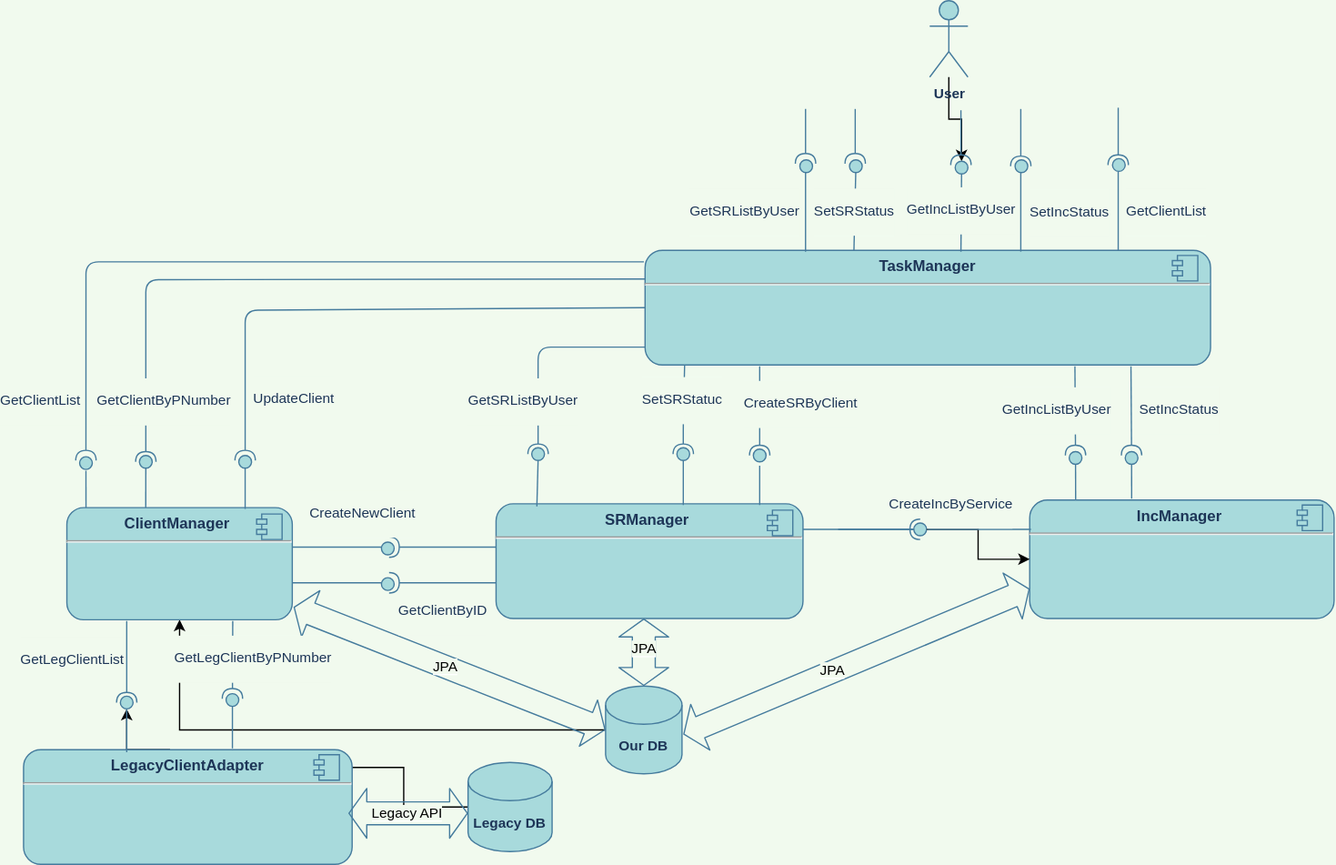
The draw.io diagram components.svg in theotheo46/gb, before a commit. Source tidied: cells renumbered, new cells last; positions are measured from the earlier drawing's top-left corner, leaving out a move shared by most shapes.
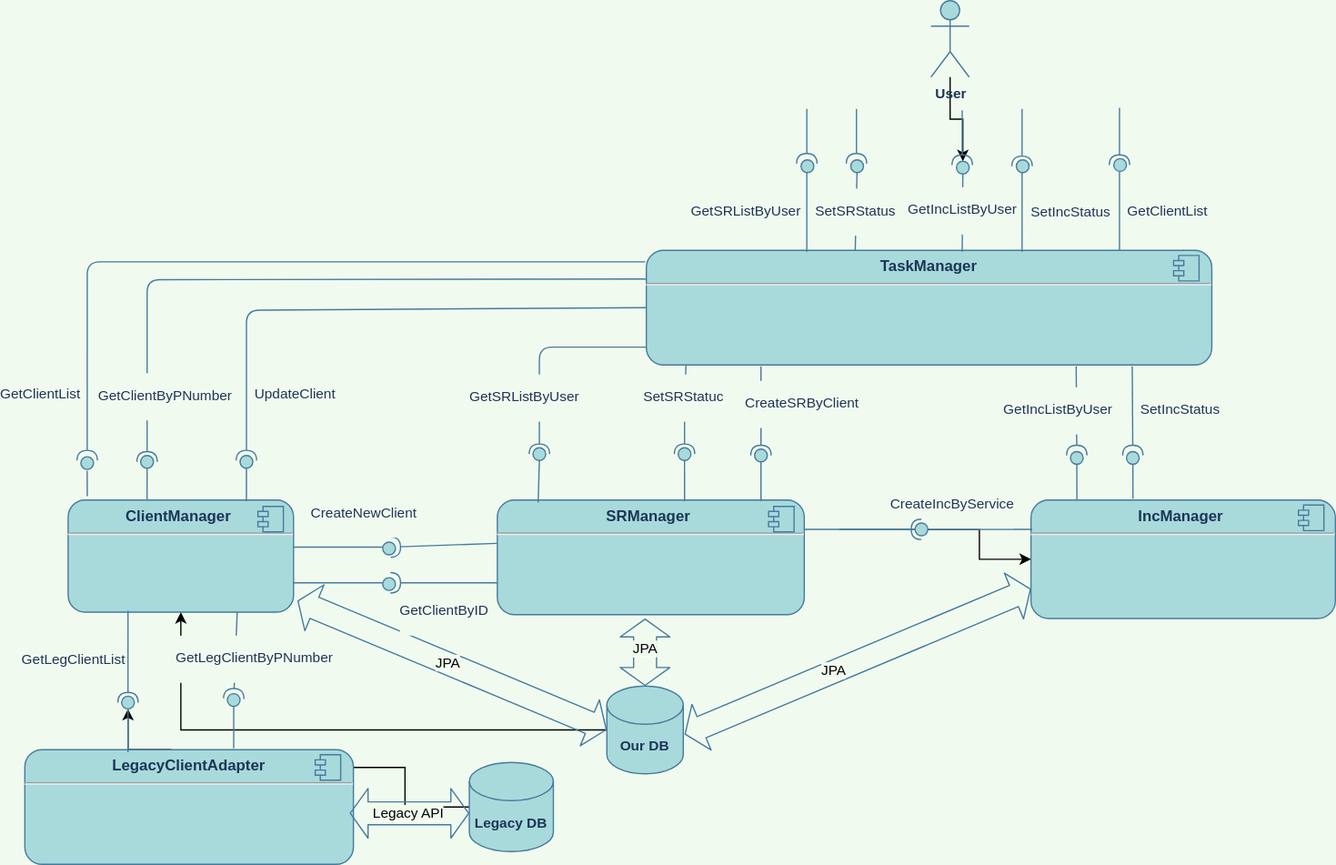
The same diagram one commit later.

Commit message:
domain model is fixed

What changed in the source:
```diff
@@ -37,9 +37,8 @@
         </Array>
       </mxGeometry>
     </mxCell>
-    <mxCell id="7" style="orthogonalLoop=1;jettySize=auto;html=1;endArrow=halfCircle;endFill=0;endSize=6;strokeWidth=1;strokeColor=#457B9D;fontColor=#1D3557;labelBackgroundColor=#F1FAEE;exitX=0.25;exitY=1;exitDx=0;exitDy=0;" parent="1" edge="1">
+    <mxCell id="7" style="jettySize=auto;html=1;endArrow=halfCircle;endFill=0;endSize=6;strokeWidth=1;strokeColor=#457B9D;fontColor=#1D3557;labelBackgroundColor=#F1FAEE;exitX=0.75;exitY=1;exitDx=0;exitDy=0;" parent="1" edge="1" source="65">
       <mxGeometry relative="1" as="geometry">
-        <mxPoint x="164.2" y="487" as="sourcePoint" />
         <mxPoint x="164" y="548" as="targetPoint" />
       </mxGeometry>
     </mxCell>
@@ -62,7 +61,7 @@
       </mxGeometry>
     </mxCell>
     <mxCell id="11" value="&lt;p style=&quot;margin: 0px ; margin-top: 6px ; text-align: center&quot;&gt;&lt;b&gt;SRManager&amp;nbsp;&lt;/b&gt;&lt;/p&gt;&lt;hr&gt;&lt;p style=&quot;margin: 0px ; margin-left: 8px&quot;&gt;&lt;br&gt;&lt;/p&gt;" style="align=left;overflow=fill;html=1;fillColor=#A8DADC;strokeColor=#457B9D;fontColor=#1D3557;rounded=1;" parent="1" vertex="1">
-      <mxGeometry x="371" y="395" width="241" height="90" as="geometry" />
+      <mxGeometry x="371" y="392" width="241" height="90" as="geometry" />
     </mxCell>
     <mxCell id="12" style="shape=component;jettyWidth=8;jettyHeight=4;fillColor=#A8DADC;strokeColor=#457B9D;fontColor=#1D3557;rounded=1;" parent="11" vertex="1">
       <mxGeometry x="1" width="20" height="20" relative="1" as="geometry">
@@ -135,10 +134,8 @@
     <mxCell id="28" value="&lt;b&gt;Our DB&lt;/b&gt;" style="shape=cylinder3;whiteSpace=wrap;html=1;boundedLbl=1;backgroundOutline=1;size=15;fontFamily=Helvetica;fontSize=11;fillColor=#A8DADC;strokeColor=#457B9D;fontColor=#1D3557;rounded=1;" parent="1" vertex="1">
       <mxGeometry x="457" y="538" width="60" height="69" as="geometry" />
     </mxCell>
-    <mxCell id="29" style="shape=flexArrow;endArrow=classic;startArrow=classic;html=1;fontFamily=Helvetica;fontSize=11;exitX=0;exitY=0.5;exitDx=0;exitDy=0;exitPerimeter=0;width=18;startSize=4.33;endSize=4.33;strokeColor=#457B9D;fontColor=#1D3557;labelBackgroundColor=#F1FAEE;" parent="1" edge="1" source="28">
-      <mxGeometry relative="1" as="geometry">
-        <mxPoint x="212" y="476" as="targetPoint" />
-      </mxGeometry>
+    <mxCell id="29" style="shape=flexArrow;endArrow=classic;startArrow=classic;html=1;fontFamily=Helvetica;fontSize=11;exitX=0;exitY=0.5;exitDx=0;exitDy=0;exitPerimeter=0;width=18;startSize=4.33;endSize=4.33;strokeColor=#457B9D;fontColor=#1D3557;labelBackgroundColor=#F1FAEE;entryX=1.017;entryY=0.898;entryDx=0;entryDy=0;entryPerimeter=0;" parent="1" edge="1" source="28" target="65">
+      <mxGeometry relative="1" as="geometry" />
     </mxCell>
     <mxCell id="30" value="&lt;font color=&quot;#000000&quot; style=&quot;background-color: rgb(241 , 250 , 238)&quot;&gt;JPA&lt;/font&gt;" style="edgeLabel;html=1;align=center;verticalAlign=middle;labelBackgroundColor=#FFFFFF;fontColor=#0000CC;" parent="29" vertex="1">
       <mxGeometry x="0.21" y="1" relative="1" as="geometry">
@@ -291,7 +288,7 @@
       </mxGeometry>
     </mxCell>
     <mxCell id="65" value="&lt;p style=&quot;margin: 0px ; margin-top: 6px ; text-align: center&quot;&gt;&lt;b&gt;ClientManager&amp;nbsp;&lt;/b&gt;&lt;/p&gt;&lt;hr&gt;&lt;p style=&quot;margin: 0px ; margin-left: 8px&quot;&gt;&lt;br&gt;&lt;/p&gt;" style="align=left;overflow=fill;html=1;fillColor=#A8DADC;strokeColor=#457B9D;fontColor=#1D3557;rounded=1;" parent="1" vertex="1">
-      <mxGeometry x="34" y="398" width="177" height="88" as="geometry" />
+      <mxGeometry x="34" y="392" width="177" height="88" as="geometry" />
     </mxCell>
     <mxCell id="66" style="shape=component;jettyWidth=8;jettyHeight=4;fillColor=#A8DADC;strokeColor=#457B9D;fontColor=#1D3557;rounded=1;" parent="65" vertex="1">
       <mxGeometry x="1" width="20" height="20" relative="1" as="geometry">
@@ -311,7 +308,7 @@
     </mxCell>
     <mxCell id="69" style="orthogonalLoop=1;jettySize=auto;html=1;endArrow=halfCircle;endFill=0;endSize=6;strokeWidth=1;strokeColor=#457B9D;fontColor=#1D3557;labelBackgroundColor=#F1FAEE;" parent="1" edge="1">
       <mxGeometry relative="1" as="geometry">
-        <mxPoint x="81" y="487" as="sourcePoint" />
+        <mxPoint x="81" y="479" as="sourcePoint" />
         <mxPoint x="81" y="551" as="targetPoint" />
       </mxGeometry>
     </mxCell>
@@ -345,16 +342,16 @@
     </mxCell>
     <mxCell id="76" style="orthogonalLoop=1;jettySize=auto;html=1;endArrow=none;endFill=0;sourcePerimeterSpacing=0;targetPerimeterSpacing=0;exitX=0.61;exitY=0.011;exitDx=0;exitDy=0;exitPerimeter=0;strokeColor=#457B9D;fontColor=#1D3557;labelBackgroundColor=#F1FAEE;" parent="1" edge="1">
       <mxGeometry relative="1" as="geometry">
-        <mxPoint x="578" y="396" as="sourcePoint" />
-        <mxPoint x="578" y="365" as="targetPoint" />
+        <mxPoint x="578" y="393" as="sourcePoint" />
+        <mxPoint x="578" y="362" as="targetPoint" />
       </mxGeometry>
     </mxCell>
     <mxCell id="77" style="ellipse;whiteSpace=wrap;html=1;align=center;fillColor=#A8DADC;strokeColor=#457B9D;fontColor=#1D3557;rounded=1;" parent="1" vertex="1">
       <mxGeometry x="573" y="352" width="10" height="10" as="geometry" />
     </mxCell>
-    <mxCell id="78" style="orthogonalLoop=1;jettySize=auto;html=1;endArrow=none;endFill=0;sourcePerimeterSpacing=0;targetPerimeterSpacing=0;exitX=0.855;exitY=0;exitDx=0;exitDy=0;exitPerimeter=0;strokeColor=#457B9D;fontColor=#1D3557;labelBackgroundColor=#F1FAEE;" parent="1" edge="1">
+    <mxCell id="78" style="orthogonalLoop=1;jettySize=auto;html=1;endArrow=none;endFill=0;sourcePerimeterSpacing=0;targetPerimeterSpacing=0;strokeColor=#457B9D;fontColor=#1D3557;labelBackgroundColor=#F1FAEE;" parent="1" edge="1">
       <mxGeometry relative="1" as="geometry">
-        <mxPoint x="49" y="398" as="sourcePoint" />
+        <mxPoint x="49" y="389" as="sourcePoint" />
         <mxPoint x="49" y="369" as="targetPoint" />
       </mxGeometry>
     </mxCell>
```
